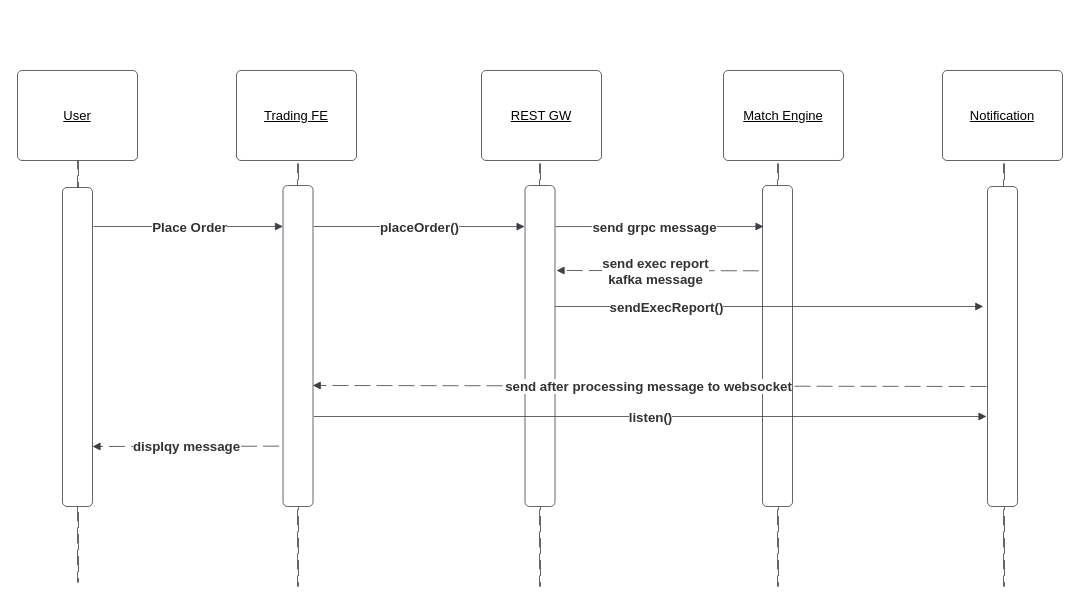
Earlier version of the draw.io diagram order_notification.drawio (wangchengxu/chatroom). Source tidied: cells renumbered, new cells numbered last; positions are measured from the earlier drawing's top-left corner, leaving out a move shared by most shapes. Both pictures are drawn from the tidied source at 100%, with x=0, y=0 at pixel (-134, 70).
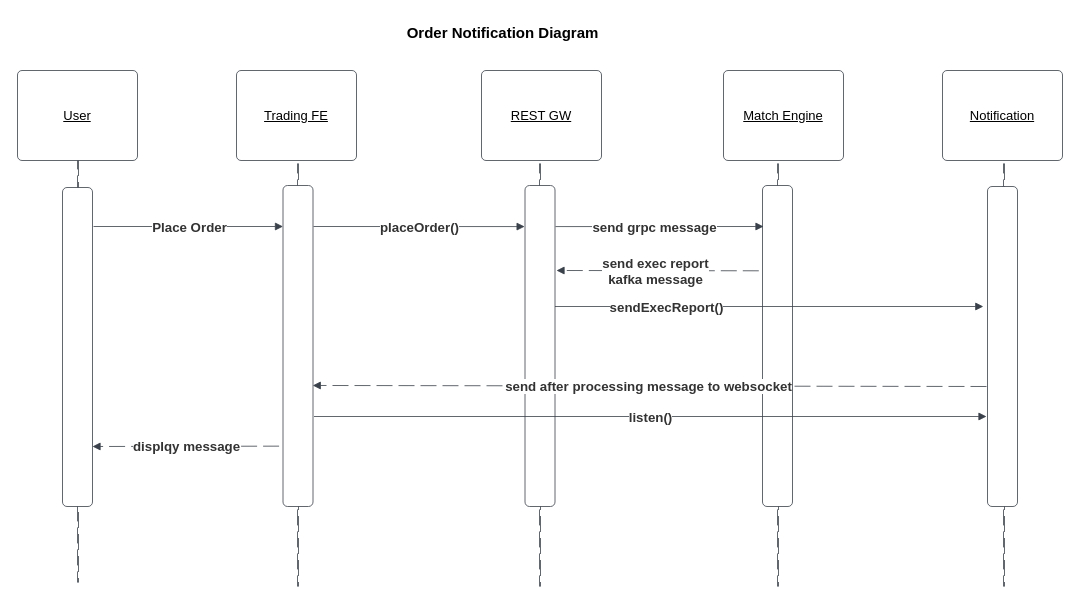
After the change.

What changed in the source:
```diff
@@
+    <mxCell id="34" value="&lt;b&gt;&lt;font style=&quot;font-size: 15px;&quot;&gt;Order Notification Diagram&lt;/font&gt;&lt;/b&gt;" style="text;html=1;align=center;verticalAlign=middle;strokeColor=none;fillColor=none;" parent="1" vertex="1">
+      <mxGeometry x="531" y="-53" width="210" height="30" as="geometry" />
+    </mxCell>
```
